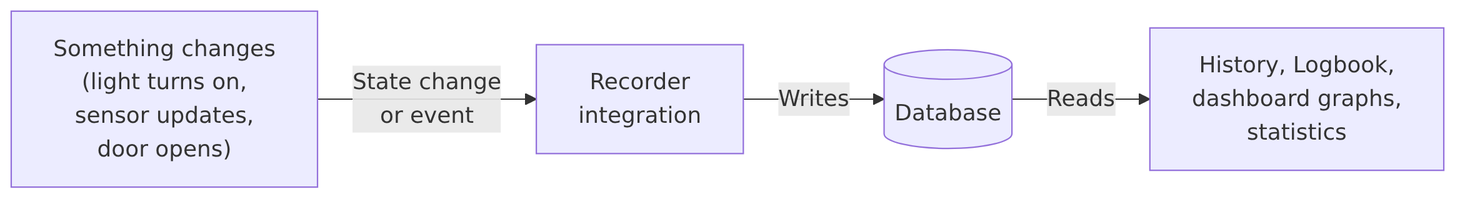
Earlier version of the Mermaid export source/images/integrations/recorder/recorder-overview.png (home-assistant/home-assistant.io). Its source is kept beside it as source/images/integrations/recorder/recorder-overview.mmd. The source it was exported from:
```mermaid
flowchart LR
    CHANGE["Something changes<br/>(light turns on,<br/>sensor updates,<br/>door opens)"]
    REC["Recorder<br/>integration"]
    DB[("Database")]
    CONSUMERS["History, Logbook,<br/>dashboard graphs,<br/>statistics"]

    CHANGE -->|"State change<br/>or event"| REC
    REC -->|"Writes"| DB
    DB -->|"Reads"| CONSUMERS
```
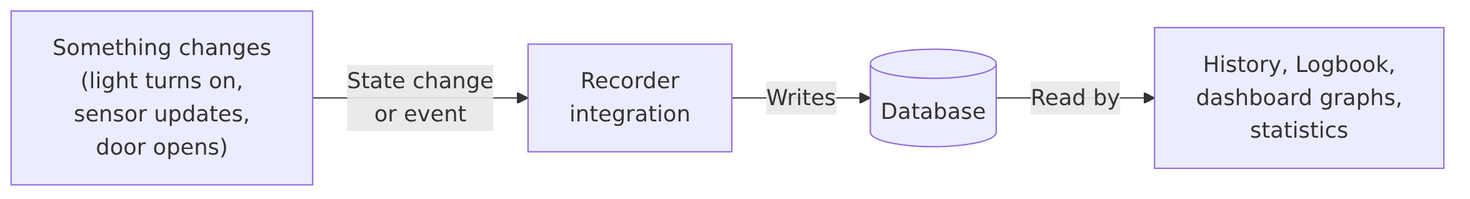
The same file after the commit.

The edit, as a diff of the source:
```diff
@@ -6,4 +6,4 @@
 
     CHANGE -->|"State change<br/>or event"| REC
     REC -->|"Writes"| DB
-    DB -->|"Reads"| CONSUMERS
+    DB -->|"Read by"| CONSUMERS
```
